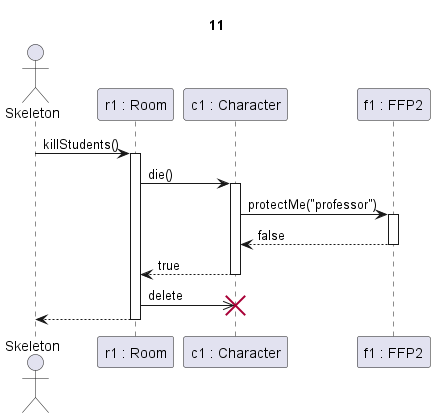
Earlier version of the PlantUML export partII_sequence diagrams/out/11/tanár támad sikeresen.png (kipolaris/skyrimscriptsuttogok).
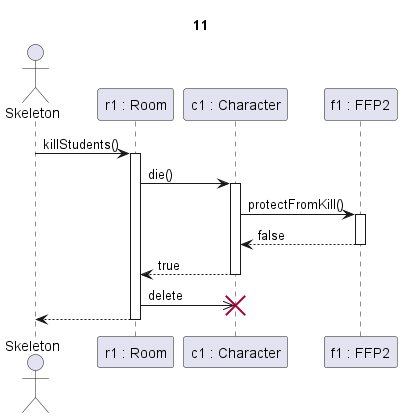
After the change.

Change to the diagram source:
```diff
@@ -11,7 +11,7 @@
 
 r -> s ++: die()
 
-s->c ++: protectMe("professor")
+s->c ++: protectFromKill()
 c-->s --: false
 
 s-->r --: true
```
